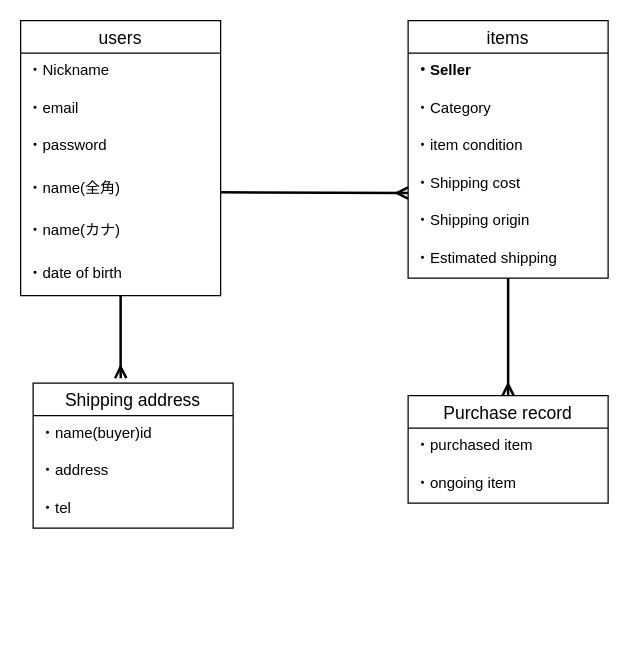
popoak/furima-39566 keeps this draw.io diagram as ER図.dio. Above is the earlier version. Source tidied: cells renumbered, new cells numbered last; positions are measured from the earlier drawing's top-left corner, leaving out a move shared by most shapes. Both pictures are drawn from the tidied source at 125%, with x=0, y=0 at pixel (20, 20).
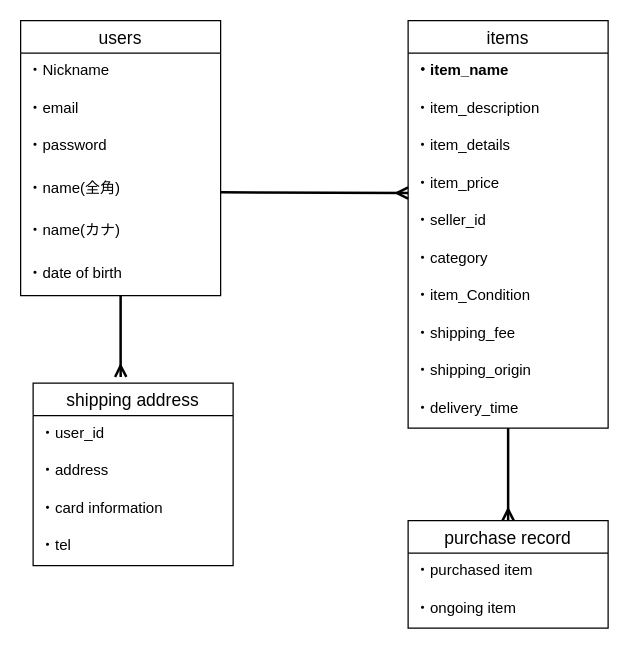
The same page after the edit.

Change to the diagram source:
```diff
@@
     <mxCell id="10" value="items" style="swimlane;fontStyle=0;horizontal=1;startSize=26;align=center;fontSize=14;" parent="1" vertex="1">
-      <mxGeometry x="310" width="160" height="206" as="geometry" />
+      <mxGeometry x="310" width="160" height="326" as="geometry" />
     </mxCell>
-    <mxCell id="11" value="・Seller" style="text;strokeColor=none;fillColor=none;spacingLeft=4;spacingRight=4;overflow=hidden;fontSize=12;fontStyle=1;" parent="10" vertex="1">
+    <mxCell id="11" value="・item_name" style="text;strokeColor=none;fillColor=none;spacingLeft=4;spacingRight=4;overflow=hidden;fontSize=12;fontStyle=1;" parent="10" vertex="1">
       <mxGeometry y="26" width="160" height="30" as="geometry" />
     </mxCell>
-    <mxCell id="12" value="・Category" style="text;strokeColor=none;fillColor=none;spacingLeft=4;spacingRight=4;overflow=hidden;fontSize=12;" parent="10" vertex="1">
+    <mxCell id="12" value="・item_description" style="text;strokeColor=none;fillColor=none;spacingLeft=4;spacingRight=4;overflow=hidden;fontSize=12;" parent="10" vertex="1">
       <mxGeometry y="56" width="160" height="30" as="geometry" />
     </mxCell>
-    <mxCell id="13" value="・item condition" style="text;strokeColor=none;fillColor=none;spacingLeft=4;spacingRight=4;overflow=hidden;fontSize=12;fontStyle=0;" parent="10" vertex="1">
+    <mxCell id="13" value="・item_details" style="text;strokeColor=none;fillColor=none;spacingLeft=4;spacingRight=4;overflow=hidden;fontSize=12;fontStyle=0;" parent="10" vertex="1">
       <mxGeometry y="86" width="160" height="30" as="geometry" />
     </mxCell>
-    <mxCell id="14" value="・Shipping cost" style="text;strokeColor=none;fillColor=none;spacingLeft=4;spacingRight=4;overflow=hidden;points=[[0,0.5],[1,0.5]];portConstraint=eastwest;fontSize=12;fontStyle=0;" parent="10" vertex="1">
+    <mxCell id="14" value="・item_price" style="text;strokeColor=none;fillColor=none;spacingLeft=4;spacingRight=4;overflow=hidden;points=[[0,0.5],[1,0.5]];portConstraint=eastwest;fontSize=12;fontStyle=0;" parent="10" vertex="1">
       <mxGeometry y="116" width="160" height="30" as="geometry" />
     </mxCell>
-    <mxCell id="15" value="・Shipping origin&#10;" style="text;strokeColor=none;fillColor=none;spacingLeft=4;spacingRight=4;overflow=hidden;fontSize=12;fontStyle=0;" parent="10" vertex="1">
-      <mxGeometry y="146" width="160" height="30" as="geometry" />
-    </mxCell>
-    <mxCell id="16" value="・Estimated shipping&#10;&#10;" style="text;strokeColor=none;fillColor=none;spacingLeft=4;spacingRight=4;overflow=hidden;fontSize=12;fontStyle=0;" parent="10" vertex="1">
-      <mxGeometry y="176" width="160" height="30" as="geometry" />
+    <mxCell id="16" value="・seller_id" style="text;strokeColor=none;fillColor=none;spacingLeft=4;spacingRight=4;overflow=hidden;fontSize=12;fontStyle=0;" parent="10" vertex="1">
+      <mxGeometry y="146" width="160" height="30" as="geometry" />
     </mxCell>
+    <mxCell id="26" value="・category" style="text;strokeColor=none;fillColor=none;spacingLeft=4;spacingRight=4;overflow=hidden;fontSize=12;fontStyle=0;" parent="10" vertex="1">
+      <mxGeometry y="176" width="160" height="30" as="geometry" />
+    </mxCell>
+    <mxCell id="27" value="・item_Condition" style="text;strokeColor=none;fillColor=none;spacingLeft=4;spacingRight=4;overflow=hidden;fontSize=12;fontStyle=0;" parent="10" vertex="1">
+      <mxGeometry y="206" width="160" height="30" as="geometry" />
+    </mxCell>
+    <mxCell id="28" value="・shipping_fee" style="text;strokeColor=none;fillColor=none;spacingLeft=4;spacingRight=4;overflow=hidden;fontSize=12;fontStyle=0;" parent="10" vertex="1">
+      <mxGeometry y="236" width="160" height="30" as="geometry" />
+    </mxCell>
+    <mxCell id="29" value="・shipping_origin" style="text;strokeColor=none;fillColor=none;spacingLeft=4;spacingRight=4;overflow=hidden;fontSize=12;fontStyle=0;" parent="10" vertex="1">
+      <mxGeometry y="266" width="160" height="30" as="geometry" />
+    </mxCell>
+    <mxCell id="30" value="・delivery_time" style="text;strokeColor=none;fillColor=none;spacingLeft=4;spacingRight=4;overflow=hidden;fontSize=12;fontStyle=0;" parent="10" vertex="1">
+      <mxGeometry y="296" width="160" height="30" as="geometry" />
+    </mxCell>
-    <mxCell id="17" value="Purchase record" style="swimlane;fontStyle=0;horizontal=1;startSize=26;align=center;fontSize=14;" parent="1" vertex="1">
-      <mxGeometry x="310" y="300" width="160" height="86" as="geometry" />
+    <mxCell id="17" value="purchase record" style="swimlane;fontStyle=0;horizontal=1;startSize=26;align=center;fontSize=14;" parent="1" vertex="1">
+      <mxGeometry x="310" y="400" width="160" height="86" as="geometry" />
     </mxCell>
@@
-    <mxCell id="20" value="Shipping address" style="swimlane;fontStyle=0;horizontal=1;startSize=26;align=center;fontSize=14;" parent="1" vertex="1">
-      <mxGeometry x="10" y="290" width="160" height="116" as="geometry" />
+    <mxCell id="20" value="shipping address" style="swimlane;fontStyle=0;horizontal=1;startSize=26;align=center;fontSize=14;" parent="1" vertex="1">
+      <mxGeometry x="10" y="290" width="160" height="146" as="geometry" />
     </mxCell>
-    <mxCell id="21" value="・name(buyer)id" style="text;strokeColor=none;fillColor=none;spacingLeft=4;spacingRight=4;overflow=hidden;fontSize=12;" parent="20" vertex="1">
+    <mxCell id="21" value="・user_id" style="text;strokeColor=none;fillColor=none;spacingLeft=4;spacingRight=4;overflow=hidden;fontSize=12;" parent="20" vertex="1">
       <mxGeometry y="26" width="160" height="30" as="geometry" />
     </mxCell>
@@
-    <mxCell id="23" value="・tel&#10;" style="text;strokeColor=none;fillColor=none;spacingLeft=4;spacingRight=4;overflow=hidden;fontSize=12;" parent="20" vertex="1">
+    <mxCell id="23" value="・card information&#10;" style="text;strokeColor=none;fillColor=none;spacingLeft=4;spacingRight=4;overflow=hidden;fontSize=12;" parent="20" vertex="1">
       <mxGeometry y="86" width="160" height="30" as="geometry" />
     </mxCell>
+    <mxCell id="31" value="・tel" style="text;strokeColor=none;fillColor=none;spacingLeft=4;spacingRight=4;overflow=hidden;fontSize=12;" parent="20" vertex="1">
+      <mxGeometry y="116" width="160" height="30" as="geometry" />
+    </mxCell>
```
